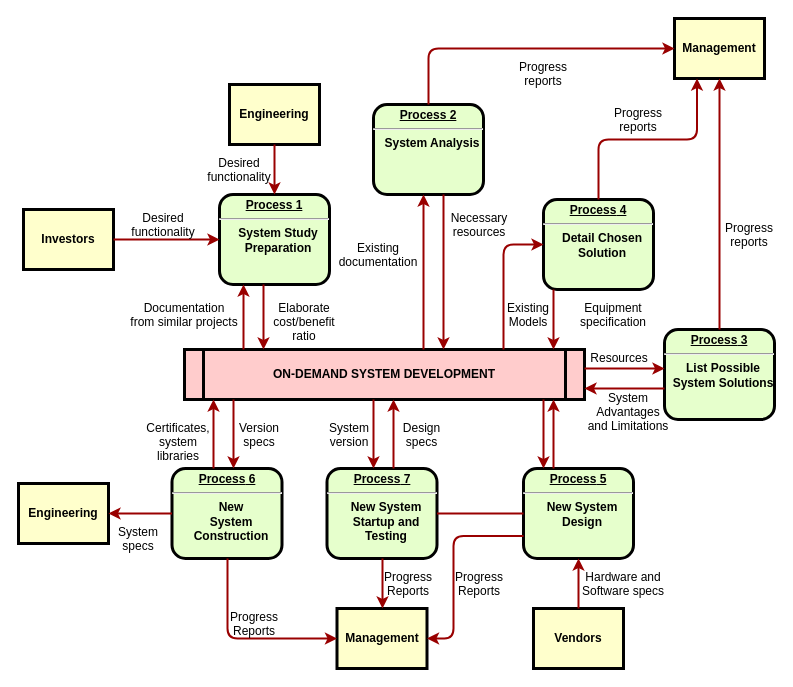
Above: Untitled Diagram.drawio in matteocesaro/Data-management-project (draw.io), before the change. Source tidied: cells renumbered, new cells numbered last; positions are measured from the earlier drawing's top-left corner, leaving out a move shared by most shapes. Both pictures are drawn from the tidied source at 100%, with x=0, y=0 at pixel (18, 18).
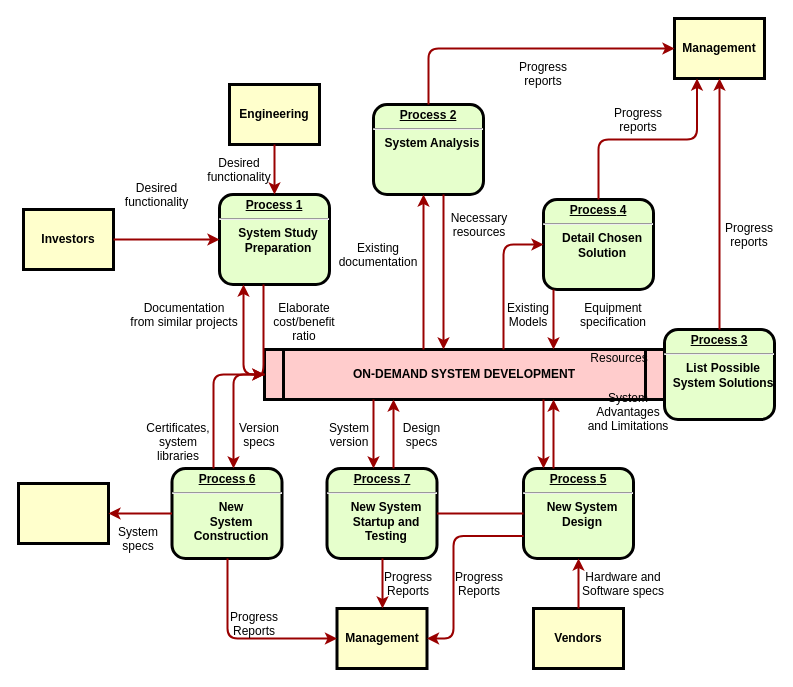
Above is the later version.

Change to the diagram source:
```diff
@@
     <mxCell id="5" value="ON-DEMAND SYSTEM DEVELOPMENT" style="shape=process;whiteSpace=wrap;align=center;verticalAlign=middle;size=0.0475;fontStyle=1;strokeWidth=3;fillColor=#FFCCCC;" parent="1" vertex="1">
-      <mxGeometry x="166" y="331" width="400" height="50" as="geometry" />
+      <mxGeometry x="246" y="331" width="400" height="50" as="geometry" />
     </mxCell>
@@
-    <mxCell id="13" value="Engineering" style="whiteSpace=wrap;align=center;verticalAlign=middle;fontStyle=1;strokeWidth=3;fillColor=#FFFFCC;" parent="1" vertex="1">
+    <mxCell id="13" style="whiteSpace=wrap;align=center;verticalAlign=middle;fontStyle=1;strokeWidth=3;fillColor=#FFFFCC;" parent="1" vertex="1">
       <mxGeometry y="465" width="90" height="60" as="geometry" />
     </mxCell>
@@
     <mxCell id="19" value="Desired &#10;functionality" style="text;spacingTop=-5;align=center;" parent="1" vertex="1">
-      <mxGeometry x="130" y="191" width="30" height="20" as="geometry" />
+      <mxGeometry x="123.5" y="161" width="30" height="20" as="geometry" />
     </mxCell>
```
